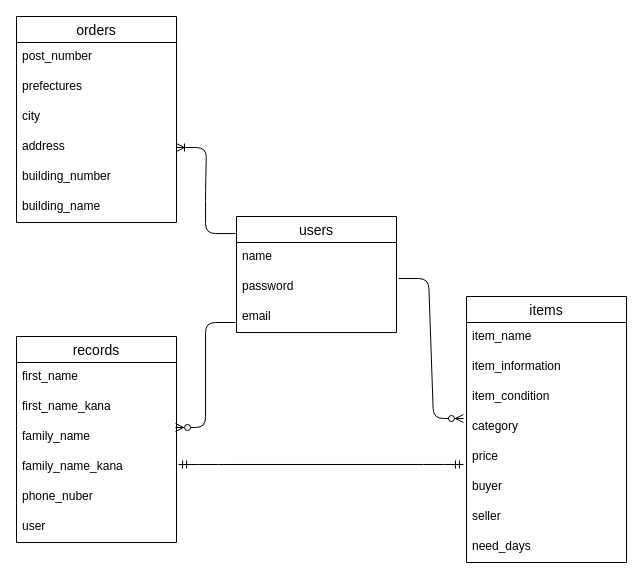
The draw.io diagram test.dio in kuzuyu/furima-37291, before the edit. Source tidied: cells renumbered, new cells numbered last; positions are measured from the earlier drawing's top-left corner, leaving out a move shared by most shapes. Both pictures are drawn from the tidied source at 100%, with x=0, y=0 at pixel (16, 16).
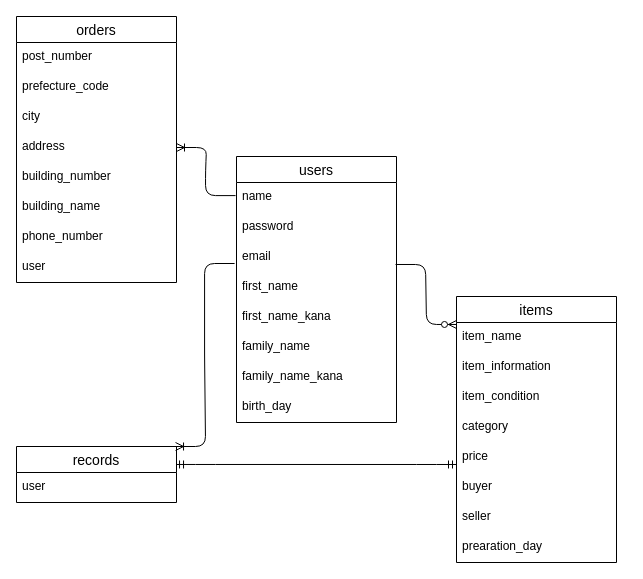
The same page after the edit.

The change refers to these unchanged cells:
```xml
<mxCell id="4" value="password" style="text;strokeColor=none;fillColor=none;spacingLeft=4;spacingRight=4;overflow=hidden;points=[[0,0.5],[1,0.5]];portConstraint=eastwest;fontSize=12;" parent="2" vertex="1">
  <mxGeometry y="56" width="160" height="30" as="geometry" />
</mxCell>
<mxCell id="5" value="email" style="text;strokeColor=none;fillColor=none;spacingLeft=4;spacingRight=4;overflow=hidden;points=[[0,0.5],[1,0.5]];portConstraint=eastwest;fontSize=12;" parent="2" vertex="1">
  <mxGeometry y="86" width="160" height="30" as="geometry" />
</mxCell>
<mxCell id="14" value="item_name" style="text;strokeColor=none;fillColor=none;spacingLeft=4;spacingRight=4;overflow=hidden;points=[[0,0.5],[1,0.5]];portConstraint=eastwest;fontSize=12;" parent="13" vertex="1">
  <mxGeometry y="26" width="160" height="30" as="geometry" />
</mxCell>
<mxCell id="17" value="category" style="text;strokeColor=none;fillColor=none;spacingLeft=4;spacingRight=4;overflow=hidden;points=[[0,0.5],[1,0.5]];portConstraint=eastwest;fontSize=12;" parent="13" vertex="1">
  <mxGeometry y="116" width="160" height="30" as="geometry" />
</mxCell>
<mxCell id="18" value="price" style="text;strokeColor=none;fillColor=none;spacingLeft=4;spacingRight=4;overflow=hidden;points=[[0,0.5],[1,0.5]];portConstraint=eastwest;fontSize=12;" parent="13" vertex="1">
  <mxGeometry y="146" width="160" height="30" as="geometry" />
</mxCell>
```

Change to the diagram source:
```diff
@@
     <mxCell id="2" value="users" style="swimlane;fontStyle=0;horizontal=1;startSize=26;align=center;fontSize=14;" parent="1" vertex="1">
-      <mxGeometry x="220" y="200" width="160" height="116" as="geometry" />
+      <mxGeometry x="220" y="140" width="160" height="266" as="geometry" />
     </mxCell>
@@
+    <mxCell id="23" value="first_name" style="text;strokeColor=none;fillColor=none;spacingLeft=4;spacingRight=4;overflow=hidden;fontSize=12;" parent="2" vertex="1">
+      <mxGeometry y="116" width="160" height="30" as="geometry" />
+    </mxCell>
+    <mxCell id="24" value="first_name_kana" style="text;strokeColor=none;fillColor=none;spacingLeft=4;spacingRight=4;overflow=hidden;fontSize=12;" parent="2" vertex="1">
+      <mxGeometry y="146" width="160" height="30" as="geometry" />
+    </mxCell>
+    <mxCell id="25" value="family_name" style="text;strokeColor=none;fillColor=none;spacingLeft=4;spacingRight=4;overflow=hidden;points=[[0,0.5],[1,0.5]];portConstraint=eastwest;fontSize=12;" parent="2" vertex="1">
+      <mxGeometry y="176" width="160" height="30" as="geometry" />
+    </mxCell>
+    <mxCell id="26" value="family_name_kana" style="text;strokeColor=none;fillColor=none;spacingLeft=4;spacingRight=4;overflow=hidden;points=[[0,0.5],[1,0.5]];portConstraint=eastwest;fontSize=12;" parent="2" vertex="1">
+      <mxGeometry y="206" width="160" height="30" as="geometry" />
+    </mxCell>
+    <mxCell id="33" value="birth_day " style="text;strokeColor=none;fillColor=none;spacingLeft=4;spacingRight=4;overflow=hidden;fontSize=12;" parent="2" vertex="1">
+      <mxGeometry y="236" width="160" height="30" as="geometry" />
+    </mxCell>
     <mxCell id="6" value="orders" style="swimlane;fontStyle=0;horizontal=1;startSize=26;align=center;fontSize=14;" parent="1" vertex="1">
-      <mxGeometry width="160" height="206" as="geometry" />
+      <mxGeometry width="160" height="266" as="geometry" />
     </mxCell>
@@
-    <mxCell id="8" value="prefectures" style="text;strokeColor=none;fillColor=none;spacingLeft=4;spacingRight=4;overflow=hidden;fontSize=12;" parent="6" vertex="1">
+    <mxCell id="8" value="prefecture_code" style="text;strokeColor=none;fillColor=none;spacingLeft=4;spacingRight=4;overflow=hidden;fontSize=12;" parent="6" vertex="1">
       <mxGeometry y="56" width="160" height="30" as="geometry" />
     </mxCell>
@@
+    <mxCell id="34" value="phone_number" style="text;strokeColor=none;fillColor=none;spacingLeft=4;spacingRight=4;overflow=hidden;fontSize=12;" parent="6" vertex="1">
+      <mxGeometry y="206" width="160" height="30" as="geometry" />
+    </mxCell>
+    <mxCell id="35" value="user" style="text;strokeColor=none;fillColor=none;spacingLeft=4;spacingRight=4;overflow=hidden;fontSize=12;" parent="6" vertex="1">
+      <mxGeometry y="236" width="160" height="30" as="geometry" />
+    </mxCell>
     <mxCell id="13" value="items" style="swimlane;fontStyle=0;horizontal=1;startSize=26;align=center;fontSize=14;" parent="1" vertex="1">
-      <mxGeometry x="450" y="280" width="160" height="266" as="geometry" />
+      <mxGeometry x="440" y="280" width="160" height="266" as="geometry" />
     </mxCell>
@@
-    <mxCell id="21" value="need_days " style="text;strokeColor=none;fillColor=none;spacingLeft=4;spacingRight=4;overflow=hidden;fontSize=12;" parent="13" vertex="1">
+    <mxCell id="21" value="prearation_day" style="text;strokeColor=none;fillColor=none;spacingLeft=4;spacingRight=4;overflow=hidden;fontSize=12;" parent="13" vertex="1">
       <mxGeometry y="236" width="160" height="30" as="geometry" />
     </mxCell>
-    <mxCell id="22" value="records" style="swimlane;fontStyle=0;horizontal=1;startSize=26;align=center;fontSize=14;" parent="1" vertex="1">
-      <mxGeometry y="320" width="160" height="206" as="geometry" />
-    </mxCell>
-    <mxCell id="23" value="first_name" style="text;strokeColor=none;fillColor=none;spacingLeft=4;spacingRight=4;overflow=hidden;fontSize=12;" parent="22" vertex="1">
-      <mxGeometry y="26" width="160" height="30" as="geometry" />
-    </mxCell>
-    <mxCell id="24" value="first_name_kana" style="text;strokeColor=none;fillColor=none;spacingLeft=4;spacingRight=4;overflow=hidden;fontSize=12;" parent="22" vertex="1">
-      <mxGeometry y="56" width="160" height="30" as="geometry" />
-    </mxCell>
-    <mxCell id="25" value="family_name" style="text;strokeColor=none;fillColor=none;spacingLeft=4;spacingRight=4;overflow=hidden;points=[[0,0.5],[1,0.5]];portConstraint=eastwest;fontSize=12;" parent="22" vertex="1">
-      <mxGeometry y="86" width="160" height="30" as="geometry" />
-    </mxCell>
-    <mxCell id="26" value="family_name_kana" style="text;strokeColor=none;fillColor=none;spacingLeft=4;spacingRight=4;overflow=hidden;points=[[0,0.5],[1,0.5]];portConstraint=eastwest;fontSize=12;" parent="22" vertex="1">
-      <mxGeometry y="116" width="160" height="30" as="geometry" />
-    </mxCell>
-    <mxCell id="27" value="phone_nuber" style="text;strokeColor=none;fillColor=none;spacingLeft=4;spacingRight=4;overflow=hidden;fontSize=12;" parent="22" vertex="1">
-      <mxGeometry y="146" width="160" height="30" as="geometry" />
-    </mxCell>
-    <mxCell id="28" value="user" style="text;strokeColor=none;fillColor=none;spacingLeft=4;spacingRight=4;overflow=hidden;fontSize=12;" parent="22" vertex="1">
-      <mxGeometry y="176" width="160" height="30" as="geometry" />
-    </mxCell>
-    <mxCell id="29" style="edgeStyle=entityRelationEdgeStyle;fontSize=12;html=1;endArrow=ERzeroToMany;endFill=1;entryX=-0.019;entryY=0.2;entryDx=0;entryDy=0;entryPerimeter=0;exitX=1.013;exitY=0.2;exitDx=0;exitDy=0;exitPerimeter=0;" parent="1" edge="1" source="4" target="17">
+    <mxCell id="29" style="edgeStyle=entityRelationEdgeStyle;fontSize=12;html=1;endArrow=ERzeroToMany;endFill=1;entryX=0;entryY=0.066;entryDx=0;entryDy=0;entryPerimeter=0;exitX=0.994;exitY=0.733;exitDx=0;exitDy=0;exitPerimeter=0;" parent="1" edge="1" source="5" target="14">
       <mxGeometry relative="1" as="geometry" />
     </mxCell>
@@
-    <mxCell id="31" style="edgeStyle=entityRelationEdgeStyle;fontSize=12;html=1;endArrow=ERzeroToMany;endFill=1;entryX=0.994;entryY=0.167;entryDx=0;entryDy=0;entryPerimeter=0;exitX=-0.006;exitY=0.667;exitDx=0;exitDy=0;exitPerimeter=0;" parent="1" edge="1" source="5" target="25">
-      <mxGeometry relative="1" as="geometry" />
-    </mxCell>
-    <mxCell id="32" style="edgeStyle=entityRelationEdgeStyle;fontSize=12;html=1;endArrow=ERmandOne;startArrow=ERmandOne;exitX=1.013;exitY=0.4;exitDx=0;exitDy=0;exitPerimeter=0;entryX=-0.019;entryY=0.733;entryDx=0;entryDy=0;entryPerimeter=0;" parent="1" edge="1" source="26" target="18">
+    <mxCell id="32" style="edgeStyle=entityRelationEdgeStyle;fontSize=12;html=1;endArrow=ERmandOne;startArrow=ERmandOne;exitX=0.994;exitY=0.321;exitDx=0;exitDy=0;exitPerimeter=0;entryX=0;entryY=0.733;entryDx=0;entryDy=0;entryPerimeter=0;" parent="1" edge="1" source="22" target="18">
       <mxGeometry relative="1" as="geometry" />
     </mxCell>
+    <mxCell id="22" value="records" style="swimlane;fontStyle=0;horizontal=1;startSize=26;align=center;fontSize=14;" parent="1" vertex="1">
+      <mxGeometry y="430" width="160" height="56" as="geometry" />
+    </mxCell>
+    <mxCell id="28" value="user" style="text;strokeColor=none;fillColor=none;spacingLeft=4;spacingRight=4;overflow=hidden;fontSize=12;" parent="22" vertex="1">
+      <mxGeometry y="26" width="160" height="30" as="geometry" />
+    </mxCell>
+    <mxCell id="36" style="edgeStyle=entityRelationEdgeStyle;fontSize=12;html=1;endArrow=ERoneToMany;exitX=-0.012;exitY=0.7;exitDx=0;exitDy=0;exitPerimeter=0;entryX=0.994;entryY=0;entryDx=0;entryDy=0;entryPerimeter=0;" parent="1" edge="1" source="5" target="22">
+      <mxGeometry relative="1" as="geometry" />
+    </mxCell>
```
